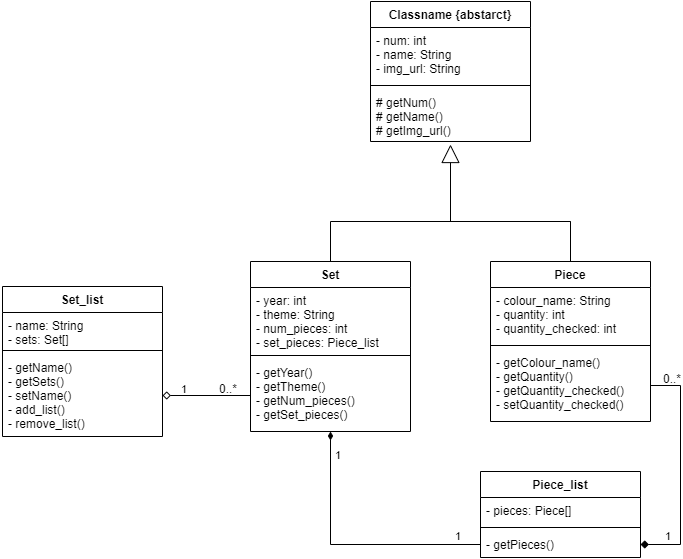
The draw.io diagram Planning/Class Diagram.drawio.png in Dan-R-Booth/Lego-Set-Checklist, before a commit. Source tidied: cells renumbered, new cells last; positions are measured from the earlier drawing's top-left corner, leaving out a move shared by most shapes. Source of this version:
```xml
<mxGraphModel>
  <root>
    <mxCell id="0" />
    <mxCell id="1" parent="0" />
    <mxCell id="2" value="Piece_list" style="swimlane;fontStyle=1;align=center;verticalAlign=top;horizontal=1;startSize=26;" parent="1" vertex="1">
      <mxGeometry x="478" y="470" width="160" height="86" as="geometry" />
    </mxCell>
    <mxCell id="3" value="- pieces: Piece[]" style="text;strokeColor=none;fillColor=none;align=left;verticalAlign=top;spacingLeft=4;spacingRight=4;overflow=hidden;" parent="2" vertex="1">
      <mxGeometry y="26" width="160" height="26" as="geometry" />
    </mxCell>
    <mxCell id="4" style="line;strokeWidth=1;fillColor=none;align=left;verticalAlign=middle;spacingTop=-1;spacingLeft=3;spacingRight=3;labelPosition=right;" parent="2" vertex="1">
      <mxGeometry y="52" width="160" height="8" as="geometry" />
    </mxCell>
    <mxCell id="5" value="- getPieces()" style="text;strokeColor=none;fillColor=none;align=left;verticalAlign=top;spacingLeft=4;spacingRight=4;overflow=hidden;points=[[0,0.5],[1,0.5]];portConstraint=eastwest;" parent="2" vertex="1">
      <mxGeometry y="60" width="160" height="26" as="geometry" />
    </mxCell>
    <mxCell id="6" value="Set_list" style="swimlane;fontStyle=1;align=center;verticalAlign=top;horizontal=1;startSize=26;" parent="1" vertex="1">
      <mxGeometry y="285" width="160" height="150" as="geometry" />
    </mxCell>
    <mxCell id="7" value="- name: String&#10;- sets: Set[]" style="text;strokeColor=none;fillColor=none;align=left;verticalAlign=top;spacingLeft=4;spacingRight=4;overflow=hidden;" parent="6" vertex="1">
      <mxGeometry y="26" width="160" height="34" as="geometry" />
    </mxCell>
    <mxCell id="8" style="line;strokeWidth=1;fillColor=none;align=left;verticalAlign=middle;spacingTop=-1;spacingLeft=3;spacingRight=3;labelPosition=right;" parent="6" vertex="1">
      <mxGeometry y="60" width="160" height="8" as="geometry" />
    </mxCell>
    <mxCell id="9" value="- getName()&#10;- getSets()&#10;- setName() &#10;- add_list()&#10;- remove_list()" style="text;strokeColor=none;fillColor=none;align=left;verticalAlign=top;spacingLeft=4;spacingRight=4;overflow=hidden;points=[[0,0.5],[1,0.5]];portConstraint=eastwest;" parent="6" vertex="1">
      <mxGeometry y="68" width="160" height="82" as="geometry" />
    </mxCell>
    <mxCell id="10" style="group;" parent="1" vertex="1">
      <mxGeometry x="248" width="400" height="430" as="geometry" />
    </mxCell>
    <mxCell id="11" style="edgeStyle=orthogonalEdgeStyle;rounded=0;jettySize=auto;html=1;exitX=0.5;exitY=0;exitDx=0;exitDy=0;endArrow=none;endFill=0;" parent="10" edge="1" source="12">
      <mxGeometry relative="1" as="geometry">
        <mxPoint x="80" y="220" as="targetPoint" />
      </mxGeometry>
    </mxCell>
    <mxCell id="12" value="Set" style="swimlane;fontStyle=1;align=center;verticalAlign=top;horizontal=1;startSize=26;" parent="10" vertex="1">
      <mxGeometry y="260" width="160" height="170" as="geometry" />
    </mxCell>
    <mxCell id="13" value="- year: int&#10;- theme: String&#10;- num_pieces: int&#10;- set_pieces: Piece_list&#10;" style="text;strokeColor=none;fillColor=none;align=left;verticalAlign=top;spacingLeft=4;spacingRight=4;overflow=hidden;" parent="12" vertex="1">
      <mxGeometry y="26" width="160" height="64" as="geometry" />
    </mxCell>
    <mxCell id="14" style="line;strokeWidth=1;fillColor=none;align=left;verticalAlign=middle;spacingTop=-1;spacingLeft=3;spacingRight=3;labelPosition=right;" parent="12" vertex="1">
      <mxGeometry y="90" width="160" height="8" as="geometry" />
    </mxCell>
    <mxCell id="15" value="- getYear()&#10;- getTheme()&#10;- getNum_pieces()&#10;- getSet_pieces()" style="text;strokeColor=none;fillColor=none;align=left;verticalAlign=top;spacingLeft=4;spacingRight=4;overflow=hidden;points=[[0,0.5],[1,0.5]];portConstraint=eastwest;" parent="12" vertex="1">
      <mxGeometry y="98" width="160" height="72" as="geometry" />
    </mxCell>
    <mxCell id="16" value="Classname {abstarct}" style="swimlane;fontStyle=1;align=center;verticalAlign=top;horizontal=1;startSize=26;" parent="10" vertex="1">
      <mxGeometry x="120" width="160" height="140" as="geometry" />
    </mxCell>
    <mxCell id="17" value="- num: int&#10;- name: String&#10;- img_url: String" style="text;strokeColor=none;fillColor=none;align=left;verticalAlign=top;spacingLeft=4;spacingRight=4;overflow=hidden;" parent="16" vertex="1">
      <mxGeometry y="26" width="160" height="54" as="geometry" />
    </mxCell>
    <mxCell id="18" style="line;strokeWidth=1;fillColor=none;align=left;verticalAlign=middle;spacingTop=-1;spacingLeft=3;spacingRight=3;labelPosition=right;" parent="16" vertex="1">
      <mxGeometry y="80" width="160" height="8" as="geometry" />
    </mxCell>
    <mxCell id="19" value="# getNum()&#10;# getName()&#10;# getImg_url()" style="text;strokeColor=none;fillColor=none;align=left;verticalAlign=top;spacingLeft=4;spacingRight=4;overflow=hidden;points=[[0,0.5],[1,0.5]];portConstraint=eastwest;" parent="16" vertex="1">
      <mxGeometry y="88" width="160" height="52" as="geometry" />
    </mxCell>
    <mxCell id="20" style="edgeStyle=orthogonalEdgeStyle;rounded=0;jettySize=auto;html=1;exitX=0.5;exitY=0;exitDx=0;exitDy=0;endArrow=none;endFill=0;" parent="10" edge="1" source="21">
      <mxGeometry relative="1" as="geometry">
        <mxPoint x="320" y="220" as="targetPoint" />
      </mxGeometry>
    </mxCell>
    <mxCell id="21" value="Piece" style="swimlane;fontStyle=1;align=center;verticalAlign=top;horizontal=1;startSize=26;" parent="10" vertex="1">
      <mxGeometry x="240" y="260" width="160" height="160" as="geometry" />
    </mxCell>
    <mxCell id="22" value="- colour_name: String&#10;- quantity: int&#10;- quantity_checked: int" style="text;strokeColor=none;fillColor=none;align=left;verticalAlign=top;spacingLeft=4;spacingRight=4;overflow=hidden;" parent="21" vertex="1">
      <mxGeometry y="26" width="160" height="54" as="geometry" />
    </mxCell>
    <mxCell id="23" style="line;strokeWidth=1;fillColor=none;align=left;verticalAlign=middle;spacingTop=-1;spacingLeft=3;spacingRight=3;labelPosition=right;" parent="21" vertex="1">
      <mxGeometry y="80" width="160" height="8" as="geometry" />
    </mxCell>
    <mxCell id="24" value="- getColour_name()&#10;- getQuantity()&#10;- getQuantity_checked()&#10;- setQuantity_checked()" style="text;strokeColor=none;fillColor=none;align=left;verticalAlign=top;spacingLeft=4;spacingRight=4;overflow=hidden;points=[[0,0.5],[1,0.5]];portConstraint=eastwest;" parent="21" vertex="1">
      <mxGeometry y="88" width="160" height="72" as="geometry" />
    </mxCell>
    <mxCell id="25" style="endArrow=block;endSize=16;endFill=0;html=1;rounded=0;entryX=0.5;entryY=1.058;entryDx=0;entryDy=0;entryPerimeter=0;" parent="10" edge="1" target="19">
      <mxGeometry relative="1" as="geometry">
        <mxPoint x="80" y="220" as="sourcePoint" />
        <Array as="points">
          <mxPoint x="320" y="220" />
          <mxPoint x="200" y="220" />
        </Array>
      </mxGeometry>
    </mxCell>
    <mxCell id="26" style="edgeStyle=orthogonalEdgeStyle;rounded=0;jettySize=auto;html=1;exitX=1;exitY=0.5;exitDx=0;exitDy=0;endArrow=none;endFill=0;entryX=0;entryY=0.5;entryDx=0;entryDy=0;verticalAlign=bottom;startArrow=diamond;startFill=0;" parent="1" edge="1" source="9" target="15">
      <mxGeometry relative="1" as="geometry" />
    </mxCell>
    <mxCell id="27" style="edgeStyle=orthogonalEdgeStyle;rounded=0;jettySize=auto;html=1;exitX=0.5;exitY=1;exitDx=0;exitDy=0;endArrow=none;endFill=0;verticalAlign=bottom;entryX=0;entryY=0.5;entryDx=0;entryDy=0;startArrow=diamondThin;startFill=1;" parent="1" edge="1" source="12" target="5">
      <mxGeometry relative="1" as="geometry" />
    </mxCell>
    <mxCell id="28" value="&lt;font style=&quot;font-size: 11px&quot;&gt;1&lt;/font&gt;" style="text;html=1;strokeColor=none;fillColor=none;align=center;verticalAlign=middle;whiteSpace=wrap;rounded=0;" parent="1" vertex="1">
      <mxGeometry x="448" y="530" width="16" height="10" as="geometry" />
    </mxCell>
    <mxCell id="29" style="edgeStyle=orthogonalEdgeStyle;rounded=0;jettySize=auto;html=1;exitX=1;exitY=0.5;exitDx=0;exitDy=0;entryX=1;entryY=0.5;entryDx=0;entryDy=0;fontSize=11;endArrow=none;endFill=0;verticalAlign=bottom;startArrow=diamond;startFill=1;" parent="1" edge="1" source="5" target="24">
      <mxGeometry relative="1" as="geometry">
        <Array as="points">
          <mxPoint x="678" y="543" />
          <mxPoint x="678" y="384" />
        </Array>
      </mxGeometry>
    </mxCell>
    <mxCell id="30" value="&lt;font style=&quot;font-size: 11px&quot;&gt;1&lt;/font&gt;" style="text;html=1;strokeColor=none;fillColor=none;align=center;verticalAlign=middle;whiteSpace=wrap;rounded=0;" parent="1" vertex="1">
      <mxGeometry x="658" y="530" width="16" height="10" as="geometry" />
    </mxCell>
    <mxCell id="31" value="&lt;font style=&quot;font-size: 12px&quot;&gt;0..*&lt;/font&gt;" style="text;html=1;strokeColor=none;fillColor=none;align=center;verticalAlign=middle;whiteSpace=wrap;rounded=0;" parent="1" vertex="1">
      <mxGeometry x="662" y="373" width="16" height="10" as="geometry" />
    </mxCell>
    <mxCell id="32" value="&lt;font style=&quot;font-size: 11px&quot;&gt;1&lt;/font&gt;" style="text;html=1;strokeColor=none;fillColor=none;align=center;verticalAlign=middle;whiteSpace=wrap;rounded=0;" parent="1" vertex="1">
      <mxGeometry x="174" y="383" width="16" height="10" as="geometry" />
    </mxCell>
    <mxCell id="33" value="&lt;font style=&quot;font-size: 12px&quot;&gt;0..*&lt;/font&gt;" style="text;html=1;strokeColor=none;fillColor=none;align=center;verticalAlign=middle;whiteSpace=wrap;rounded=0;" parent="1" vertex="1">
      <mxGeometry x="218" y="383" width="16" height="10" as="geometry" />
    </mxCell>
    <mxCell id="34" value="&lt;font style=&quot;font-size: 11px&quot;&gt;1&lt;/font&gt;" style="text;html=1;strokeColor=none;fillColor=none;align=center;verticalAlign=middle;whiteSpace=wrap;rounded=0;" parent="1" vertex="1">
      <mxGeometry x="328" y="449" width="16" height="10" as="geometry" />
    </mxCell>
  </root>
</mxGraphModel>
```
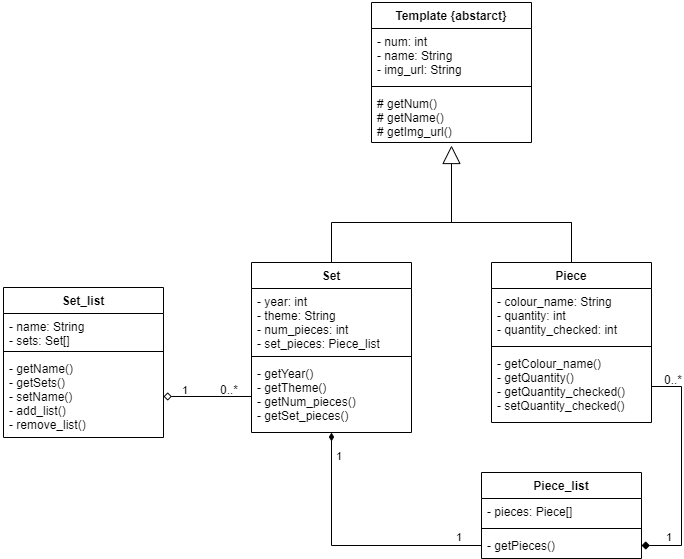
Above is the later version.

Commit message:
changed name of a class

Change to the diagram source:
```diff
@@ -46,7 +46,7 @@
     <mxCell id="15" value="- getYear()&#10;- getTheme()&#10;- getNum_pieces()&#10;- getSet_pieces()" style="text;strokeColor=none;fillColor=none;align=left;verticalAlign=top;spacingLeft=4;spacingRight=4;overflow=hidden;points=[[0,0.5],[1,0.5]];portConstraint=eastwest;" parent="12" vertex="1">
       <mxGeometry y="98" width="160" height="72" as="geometry" />
     </mxCell>
-    <mxCell id="16" value="Classname {abstarct}" style="swimlane;fontStyle=1;align=center;verticalAlign=top;horizontal=1;startSize=26;" parent="10" vertex="1">
+    <mxCell id="16" value="Template {abstarct}" style="swimlane;fontStyle=1;align=center;verticalAlign=top;horizontal=1;startSize=26;" parent="10" vertex="1">
       <mxGeometry x="120" width="160" height="140" as="geometry" />
     </mxCell>
     <mxCell id="17" value="- num: int&#10;- name: String&#10;- img_url: String" style="text;strokeColor=none;fillColor=none;align=left;verticalAlign=top;spacingLeft=4;spacingRight=4;overflow=hidden;" parent="16" vertex="1">
```
